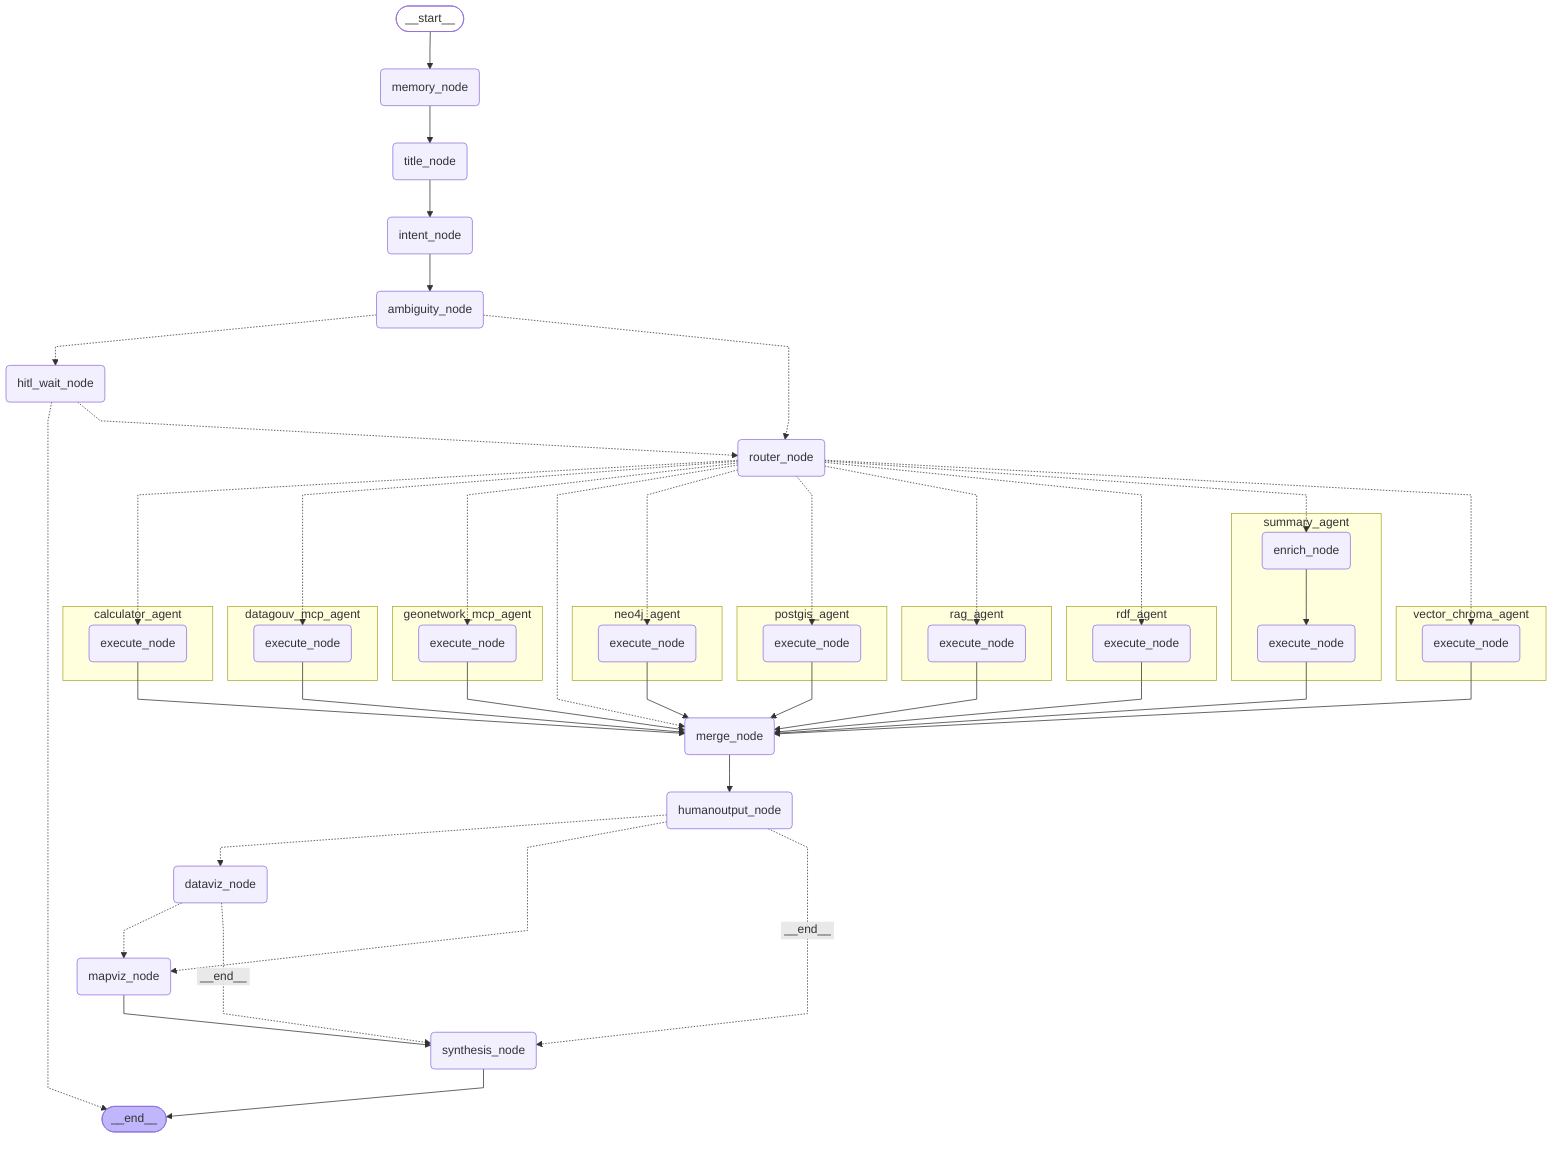
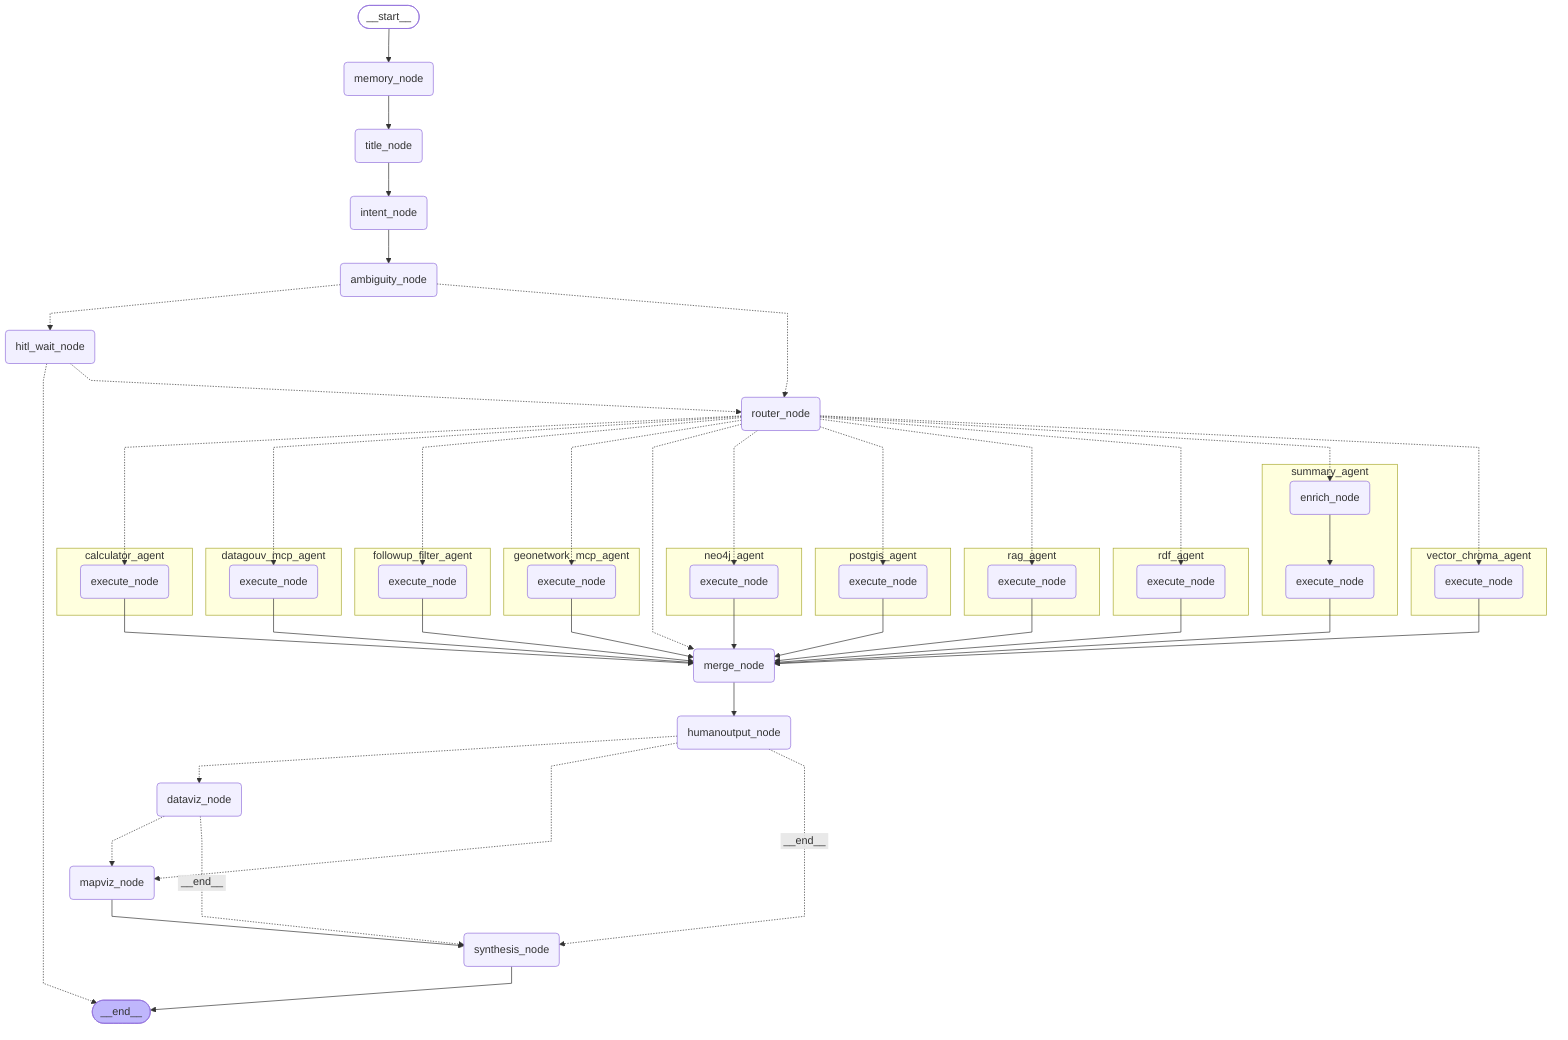
---
config:
  flowchart:
    curve: linear
---
graph TD;
	__start__([<p>__start__</p>]):::first
	memory_node(memory_node)
	title_node(title_node)
	ambiguity_node(ambiguity_node)
	hitl_wait_node(hitl_wait_node)
	router_node(router_node)
	merge_node(merge_node)
	intent_node(intent_node)
	synthesis_node(synthesis_node)
	humanoutput_node(humanoutput_node)
	dataviz_node(dataviz_node)
	mapviz_node(mapviz_node)
	__end__([<p>__end__</p>]):::last
	__start__ --> memory_node;
	ambiguity_node -.-> hitl_wait_node;
	ambiguity_node -.-> router_node;
	calculator_agent\3aexecute_node --> merge_node;
	datagouv_mcp_agent\3aexecute_node --> merge_node;
	dataviz_node -.-> mapviz_node;
	dataviz_node -. &nbsp;__end__&nbsp; .-> synthesis_node;
+ 	followup_filter_agent\3aexecute_node --> merge_node;
	geonetwork_mcp_agent\3aexecute_node --> merge_node;
	hitl_wait_node -.-> __end__;
	hitl_wait_node -.-> router_node;
	humanoutput_node -.-> dataviz_node;
	humanoutput_node -.-> mapviz_node;
	humanoutput_node -. &nbsp;__end__&nbsp; .-> synthesis_node;
	intent_node --> ambiguity_node;
	mapviz_node --> synthesis_node;
	memory_node --> title_node;
	merge_node --> humanoutput_node;
	neo4j_agent\3aexecute_node --> merge_node;
	postgis_agent\3aexecute_node --> merge_node;
	rag_agent\3aexecute_node --> merge_node;
	rdf_agent\3aexecute_node --> merge_node;
	router_node -.-> calculator_agent\3aexecute_node;
	router_node -.-> datagouv_mcp_agent\3aexecute_node;
+ 	router_node -.-> followup_filter_agent\3aexecute_node;
	router_node -.-> geonetwork_mcp_agent\3aexecute_node;
	router_node -.-> merge_node;
	router_node -.-> neo4j_agent\3aexecute_node;
	router_node -.-> postgis_agent\3aexecute_node;
	router_node -.-> rag_agent\3aexecute_node;
	router_node -.-> rdf_agent\3aexecute_node;
	router_node -.-> summary_agent\3aenrich_node;
	router_node -.-> vector_chroma_agent\3aexecute_node;
	summary_agent\3aexecute_node --> merge_node;
	title_node --> intent_node;
	vector_chroma_agent\3aexecute_node --> merge_node;
	synthesis_node --> __end__;
	subgraph summary_agent
	summary_agent\3aenrich_node(enrich_node)
	summary_agent\3aexecute_node(execute_node)
	summary_agent\3aenrich_node --> summary_agent\3aexecute_node;
	end
	subgraph rag_agent
	rag_agent\3aexecute_node(execute_node)
	end
	subgraph calculator_agent
	calculator_agent\3aexecute_node(execute_node)
	end
	subgraph neo4j_agent
	neo4j_agent\3aexecute_node(execute_node)
	end
	subgraph postgis_agent
	postgis_agent\3aexecute_node(execute_node)
	end
	subgraph rdf_agent
	rdf_agent\3aexecute_node(execute_node)
	end
	subgraph vector_chroma_agent
	vector_chroma_agent\3aexecute_node(execute_node)
	end
	subgraph datagouv_mcp_agent
	datagouv_mcp_agent\3aexecute_node(execute_node)
	end
	subgraph geonetwork_mcp_agent
	geonetwork_mcp_agent\3aexecute_node(execute_node)
	end
+ 	subgraph followup_filter_agent
+ 	followup_filter_agent\3aexecute_node(execute_node)
+ 	end
	classDef default fill:#f2f0ff,line-height:1.2
	classDef first fill-opacity:0
	classDef last fill:#bfb6fc
